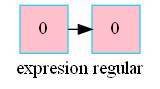
This is grafo.png from betebetoven/EDDS2F2, a Graphviz export, as it was before one commit. Its source is kept beside it as grafo.dot.
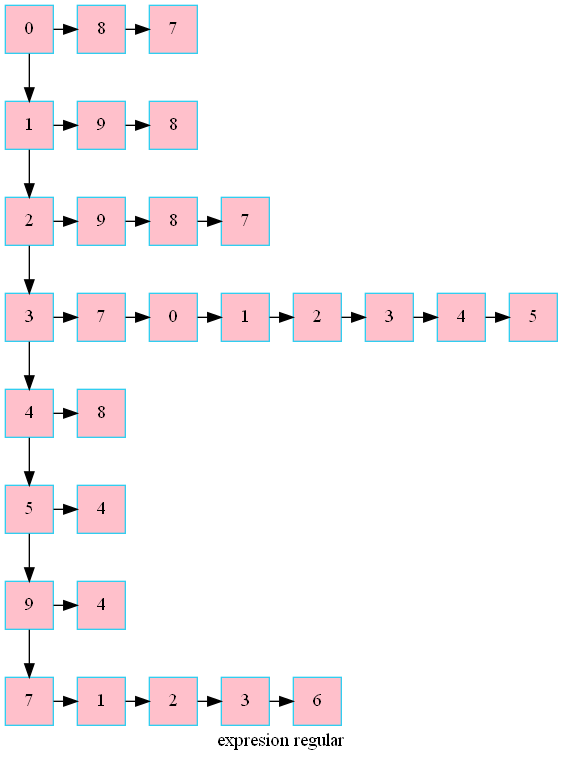
Above is the later version.

The edit, as a diff of the source:
```diff
@@ -6,8 +6,69 @@
         node[color = "#EEEEE"]
         node[color = "#31CEF0"]
 
-2390411970208 [label="0",fillcolor ="pink"]
-2390411969872 [label="0",fillcolor ="pink"]
-2390411970208-> 2390411969872
- {rank=same; 2390411970208;2390411969872;}
+2289062638544 [label="0",fillcolor ="pink"]
+2289062639168 [label="8",fillcolor ="pink"]
+2289124694800 [label="7",fillcolor ="pink"]
+2289063190368 [label="1",fillcolor ="pink"]
+2289063187392 [label="9",fillcolor ="pink"]
+2289063189312 [label="8",fillcolor ="pink"]
+2289062565088 [label="2",fillcolor ="pink"]
+2289124694272 [label="9",fillcolor ="pink"]
+2289062564704 [label="8",fillcolor ="pink"]
+2289124695616 [label="7",fillcolor ="pink"]
+2289063198624 [label="3",fillcolor ="pink"]
+2289124695040 [label="7",fillcolor ="pink"]
+2289062565808 [label="0",fillcolor ="pink"]
+2289063189648 [label="1",fillcolor ="pink"]
+2289063189984 [label="2",fillcolor ="pink"]
+2289042014464 [label="3",fillcolor ="pink"]
+2289059942736 [label="4",fillcolor ="pink"]
+2289059941104 [label="5",fillcolor ="pink"]
+2289059539904 [label="4",fillcolor ="pink"]
+2289124695280 [label="8",fillcolor ="pink"]
+2289063191376 [label="5",fillcolor ="pink"]
+2289124695808 [label="4",fillcolor ="pink"]
+2289063190992 [label="9",fillcolor ="pink"]
+2289124694320 [label="4",fillcolor ="pink"]
+2289063191712 [label="7",fillcolor ="pink"]
+2289124695232 [label="1",fillcolor ="pink"]
+2289062562832 [label="2",fillcolor ="pink"]
+2289062564128 [label="3",fillcolor ="pink"]
+2289124696288 [label="6",fillcolor ="pink"]
+2289062638544-> 2289063190368
+2289062638544-> 2289062639168
+2289062639168-> 2289124694800
+2289063190368-> 2289062565088
+2289063190368-> 2289063187392
+2289063187392-> 2289063189312
+2289062565088-> 2289063198624
+2289062565088-> 2289124694272
+2289124694272-> 2289062564704
+2289062564704-> 2289124695616
+2289063198624-> 2289059539904
+2289063198624-> 2289124695040
+2289124695040-> 2289062565808
+2289062565808-> 2289063189648
+2289063189648-> 2289063189984
+2289063189984-> 2289042014464
+2289042014464-> 2289059942736
+2289059942736-> 2289059941104
+2289059539904-> 2289063191376
+2289059539904-> 2289124695280
+2289063191376-> 2289063190992
+2289063191376-> 2289124695808
+2289063190992-> 2289063191712
+2289063190992-> 2289124694320
+2289063191712-> 2289124695232
+2289124695232-> 2289062562832
+2289062562832-> 2289062564128
+2289062564128-> 2289124696288
+ {rank=same; 2289062638544;2289062639168;2289124694800;}
+ {rank=same; 2289063190368;2289063187392;2289063189312;}
+ {rank=same; 2289062565088;2289124694272;2289062564704;2289124695616;}
+ {rank=same; 2289063198624;2289124695040;2289062565808;2289063189648;2289063189984;2289042014464;2289059942736;2289059941104;}
+ {rank=same; 2289059539904;2289124695280;}
+ {rank=same; 2289063191376;2289124695808;}
+ {rank=same; 2289063190992;2289124694320;}
+ {rank=same; 2289063191712;2289124695232;2289062562832;2289062564128;2289124696288;}
  }
```
